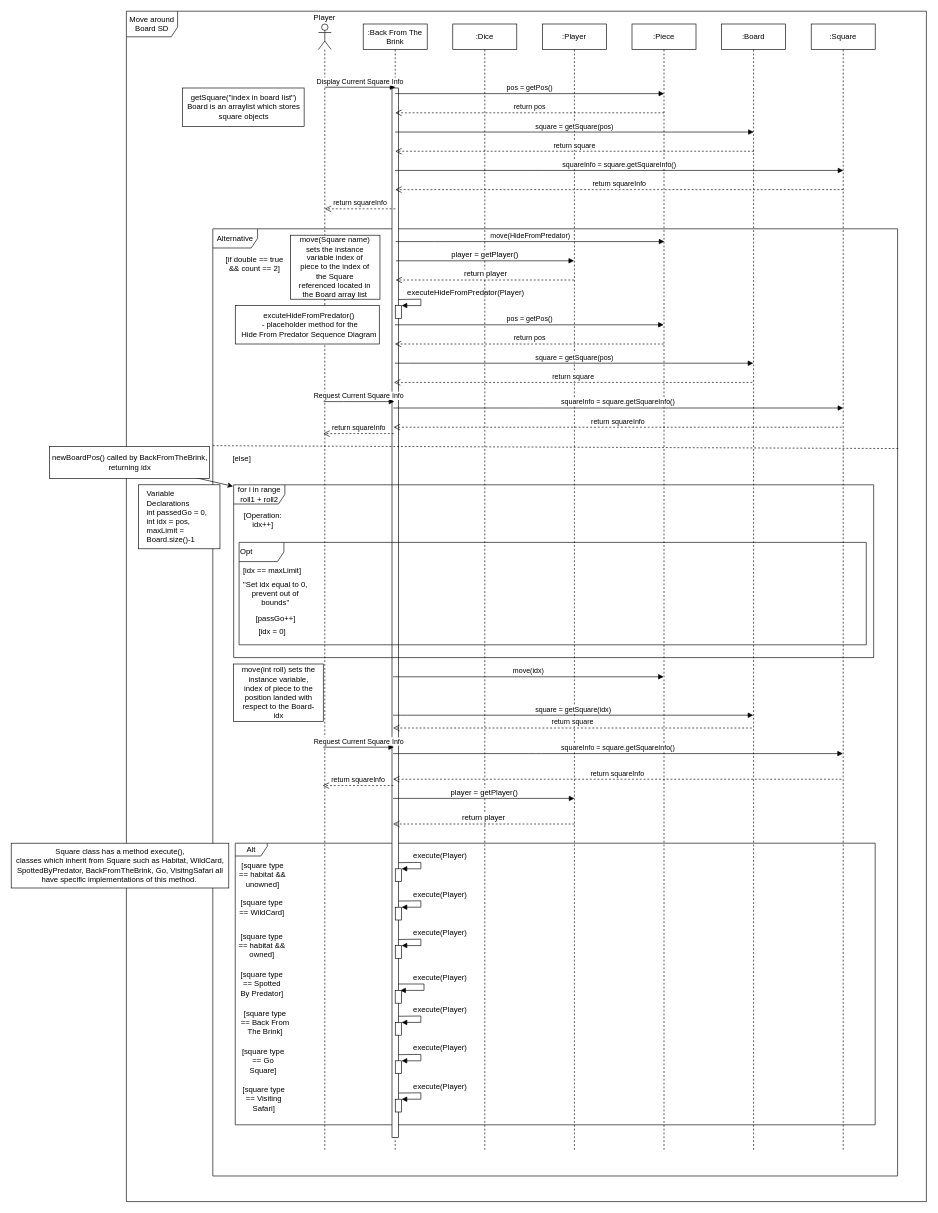
This is page "Page-1" (1 of 2) of Documentation/Sequence Diagrams/Move Around Board SD (draft).drawio from cmcgarry5/csc2058-2021-g25, a draw.io file, before an edit. Source tidied: cells renumbered, new cells numbered last; positions are measured from the earlier drawing's top-left corner, leaving out a move shared by most shapes. Both pictures are drawn from the tidied source at 64%, with x=0, y=0 at pixel (11, 11).
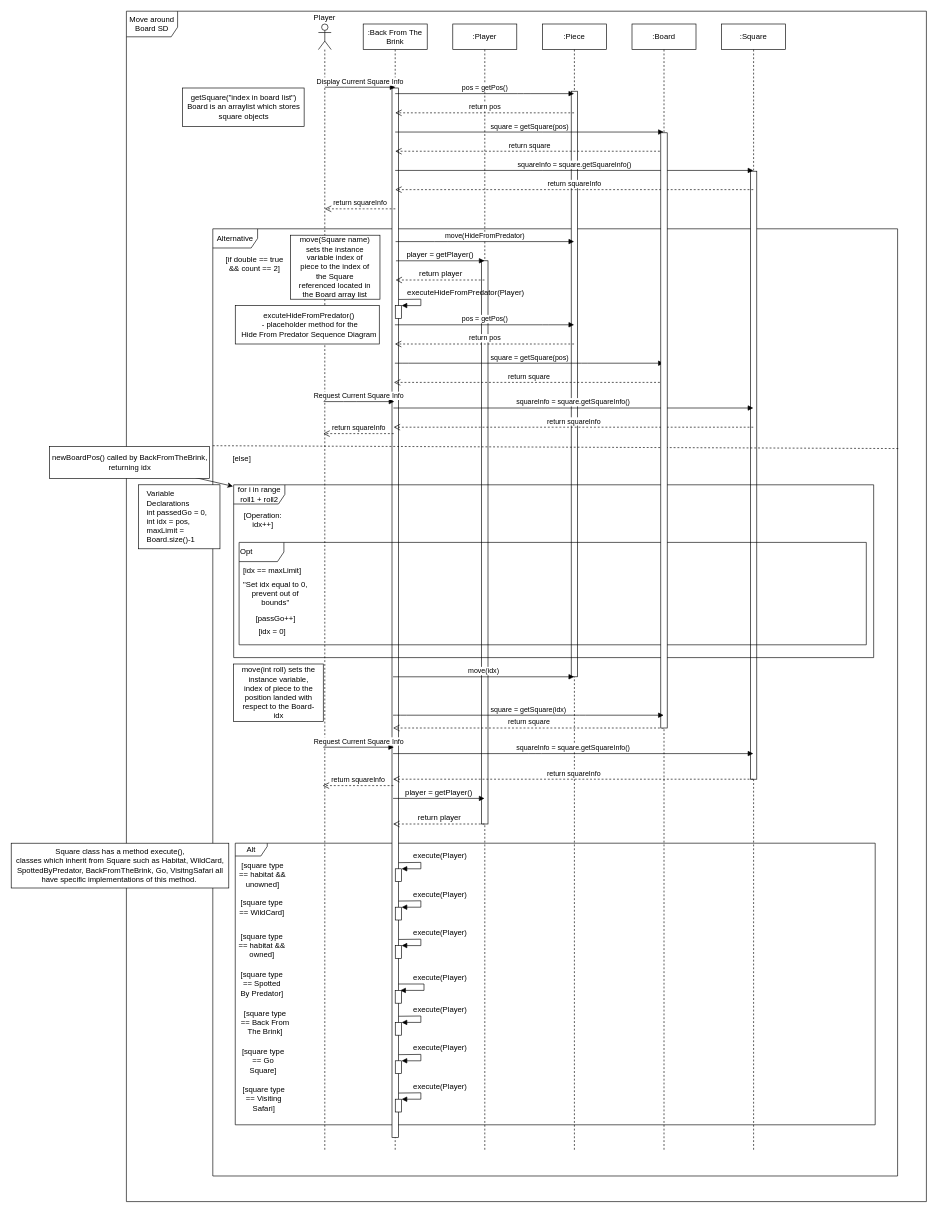
The same page after the edit.

Diff of the diagram source:
```diff
@@
-    <mxCell id="12" value=":Dice" style="shape=umlLifeline;perimeter=lifelinePerimeter;whiteSpace=wrap;html=1;" parent="1" vertex="1">
-      <mxGeometry x="690" y="20" width="100" height="1760" as="geometry" />
-    </mxCell>
     <mxCell id="13" value=":Player" style="shape=umlLifeline;perimeter=lifelinePerimeter;whiteSpace=wrap;html=1;outlineConnect=0;" parent="1" vertex="1">
-      <mxGeometry x="830" y="20" width="100" height="1760" as="geometry" />
+      <mxGeometry x="690" y="20" width="100" height="1760" as="geometry" />
     </mxCell>
+    <mxCell id="98" style="rounded=0;whiteSpace=wrap;html=1;" parent="13" vertex="1">
+      <mxGeometry x="45" y="370" width="10" height="880" as="geometry" />
+    </mxCell>
     <mxCell id="14" value=":Piece" style="shape=umlLifeline;perimeter=lifelinePerimeter;whiteSpace=wrap;html=1;outlineConnect=0;" parent="1" vertex="1">
-      <mxGeometry x="970" y="20" width="100" height="1760" as="geometry" />
+      <mxGeometry x="830" y="20" width="100" height="1760" as="geometry" />
     </mxCell>
+    <mxCell id="99" style="rounded=0;whiteSpace=wrap;html=1;" parent="14" vertex="1">
+      <mxGeometry x="45" y="105" width="10" height="915" as="geometry" />
+    </mxCell>
     <mxCell id="15" value=":Board" style="shape=umlLifeline;perimeter=lifelinePerimeter;whiteSpace=wrap;html=1;outlineConnect=0;" parent="1" vertex="1">
-      <mxGeometry x="1110" y="20" width="100" height="1760" as="geometry" />
+      <mxGeometry x="970" y="20" width="100" height="1760" as="geometry" />
     </mxCell>
     <mxCell id="16" value=":Square" style="shape=umlLifeline;perimeter=lifelinePerimeter;whiteSpace=wrap;html=1;outlineConnect=0;" parent="1" vertex="1">
-      <mxGeometry x="1250" y="20" width="100" height="1760" as="geometry" />
+      <mxGeometry x="1110" y="20" width="100" height="1760" as="geometry" />
     </mxCell>
+    <mxCell id="100" style="rounded=0;whiteSpace=wrap;html=1;" parent="16" vertex="1">
+      <mxGeometry x="45" y="230" width="10" height="950" as="geometry" />
+    </mxCell>
@@
-    <mxCell id="22" value="square = getSquare(idx)" style="html=1;verticalAlign=bottom;endArrow=block;" parent="1" edge="1">
-      <mxGeometry relative="1" as="geometry">
-        <mxPoint x="596.7" y="1100" as="sourcePoint" />
-        <mxPoint x="1159.5" y="1100" as="targetPoint" />
-        <Array as="points">
-          <mxPoint x="607.6" y="1100" />
-          <mxPoint x="887.6" y="1100" />
-        </Array>
-      </mxGeometry>
-    </mxCell>
@@
-    <mxCell id="24" value="return square" style="html=1;verticalAlign=bottom;endArrow=open;dashed=1;endSize=8;" parent="1" edge="1">
+    <mxCell id="24" value="return square" style="html=1;verticalAlign=bottom;endArrow=open;dashed=1;endSize=8;" parent="1" edge="1" source="15">
       <mxGeometry relative="1" as="geometry">
-        <mxPoint x="1157.1" y="1120" as="sourcePoint" />
         <mxPoint x="596.7" y="1120" as="targetPoint" />
         <Array as="points">
           <mxPoint x="887.6" y="1120" />
         </Array>
       </mxGeometry>
     </mxCell>
@@
-    <mxCell id="27" value="squareInfo = square.getSquareInfo()" style="html=1;verticalAlign=bottom;endArrow=block;" parent="1" edge="1">
+    <mxCell id="27" value="squareInfo = square.getSquareInfo()" style="html=1;verticalAlign=bottom;endArrow=block;" parent="1" edge="1" target="16">
       <mxGeometry relative="1" as="geometry">
         <mxPoint x="596.7" y="1160" as="sourcePoint" />
-        <mxPoint x="1299.5" y="1160" as="targetPoint" />
         <Array as="points">
           <mxPoint x="818.6" y="1160" />
         </Array>
       </mxGeometry>
     </mxCell>
-    <mxCell id="28" value="return squareInfo" style="html=1;verticalAlign=bottom;endArrow=open;dashed=1;endSize=8;" parent="1" edge="1">
+    <mxCell id="28" value="return squareInfo" style="html=1;verticalAlign=bottom;endArrow=open;dashed=1;endSize=8;" parent="1" edge="1" source="16">
       <mxGeometry relative="1" as="geometry">
-        <mxPoint x="1297.1" y="1200" as="sourcePoint" />
         <mxPoint x="596.7" y="1200" as="targetPoint" />
         <Array as="points">
           <mxPoint x="857.6" y="1200" />
         </Array>
       </mxGeometry>
     </mxCell>
@@
-    <mxCell id="30" value="player = getPlayer()" style="html=1;verticalAlign=bottom;endArrow=block;fontSize=12;" parent="1" edge="1">
+    <mxCell id="30" value="player = getPlayer()" style="html=1;verticalAlign=bottom;endArrow=block;fontSize=12;" parent="1" edge="1" target="13">
       <mxGeometry relative="1" as="geometry">
         <mxPoint x="596.7" y="1230" as="sourcePoint" />
-        <mxPoint x="880" y="1230" as="targetPoint" />
-        <Array as="points">
-          <mxPoint x="767.6" y="1230" />
-        </Array>
       </mxGeometry>
     </mxCell>
-    <mxCell id="31" value="return player" style="html=1;verticalAlign=bottom;endArrow=open;dashed=1;endSize=8;fontSize=12;" parent="1" edge="1">
+    <mxCell id="31" value="return player" style="html=1;verticalAlign=bottom;endArrow=open;dashed=1;endSize=8;fontSize=12;" parent="1" edge="1" source="13">
       <mxGeometry relative="1" as="geometry">
-        <mxPoint x="880" y="1270" as="sourcePoint" />
         <mxPoint x="596.7" y="1270" as="targetPoint" />
-        <Array as="points">
-          <mxPoint x="797.6" y="1270" />
-        </Array>
       </mxGeometry>
     </mxCell>
@@
-    <mxCell id="56" value="move(idx)" style="html=1;verticalAlign=bottom;endArrow=block;" parent="1" edge="1">
+    <mxCell id="56" value="move(idx)" style="html=1;verticalAlign=bottom;endArrow=block;" parent="1" edge="1" target="14">
       <mxGeometry relative="1" as="geometry">
         <mxPoint x="596.7" y="1040" as="sourcePoint" />
-        <mxPoint x="1019.5" y="1040" as="targetPoint" />
       </mxGeometry>
     </mxCell>
@@
-    <mxCell id="63" value="return square" style="html=1;verticalAlign=bottom;endArrow=open;dashed=1;endSize=8;" parent="1" edge="1">
+    <mxCell id="63" value="return square" style="html=1;verticalAlign=bottom;endArrow=open;dashed=1;endSize=8;" parent="1" edge="1" source="15">
       <mxGeometry relative="1" as="geometry">
-        <mxPoint x="1158" y="580" as="sourcePoint" />
         <mxPoint x="598" y="580" as="targetPoint" />
         <Array as="points">
           <mxPoint x="889" y="580" />
         </Array>
       </mxGeometry>
     </mxCell>
@@
-    <mxCell id="66" value="squareInfo = square.getSquareInfo()" style="html=1;verticalAlign=bottom;endArrow=block;" parent="1" edge="1">
+    <mxCell id="66" value="squareInfo = square.getSquareInfo()" style="html=1;verticalAlign=bottom;endArrow=block;" parent="1" edge="1" target="16">
       <mxGeometry relative="1" as="geometry">
         <mxPoint x="597.2" y="620" as="sourcePoint" />
-        <mxPoint x="1300" y="620" as="targetPoint" />
         <Array as="points">
           <mxPoint x="819.2" y="620" />
         </Array>
       </mxGeometry>
     </mxCell>
-    <mxCell id="67" value="return squareInfo" style="html=1;verticalAlign=bottom;endArrow=open;dashed=1;endSize=8;" parent="1" edge="1">
+    <mxCell id="67" value="return squareInfo" style="html=1;verticalAlign=bottom;endArrow=open;dashed=1;endSize=8;" parent="1" edge="1" source="16">
       <mxGeometry relative="1" as="geometry">
-        <mxPoint x="1297.6" y="650" as="sourcePoint" />
         <mxPoint x="597.6" y="650" as="targetPoint" />
         <Array as="points">
           <mxPoint x="858.6" y="650" />
         </Array>
       </mxGeometry>
     </mxCell>
-    <mxCell id="68" value="square = getSquare(pos)" style="html=1;verticalAlign=bottom;endArrow=block;" parent="1" edge="1">
+    <mxCell id="68" value="square = getSquare(pos)" style="html=1;verticalAlign=bottom;endArrow=block;" parent="1" edge="1" target="15">
       <mxGeometry relative="1" as="geometry">
         <mxPoint x="599.5" y="550" as="sourcePoint" />
-        <mxPoint x="1159.5" y="550" as="targetPoint" />
         <Array as="points">
           <mxPoint x="611" y="550" />
           <mxPoint x="891" y="550" />
         </Array>
       </mxGeometry>
     </mxCell>
@@
-    <mxCell id="70" value="move(HideFromPredator)" style="html=1;verticalAlign=bottom;endArrow=block;" parent="1" edge="1">
+    <mxCell id="70" value="move(HideFromPredator)" style="html=1;verticalAlign=bottom;endArrow=block;" parent="1" edge="1" target="14">
       <mxGeometry relative="1" as="geometry">
         <mxPoint x="600.6" y="360" as="sourcePoint" />
-        <mxPoint x="1020.6" y="360" as="targetPoint" />
         <Array as="points">
           <mxPoint x="671.1" y="360" />
         </Array>
       </mxGeometry>
     </mxCell>
     <mxCell id="71" value="player = getPlayer()" style="html=1;verticalAlign=bottom;endArrow=block;fontSize=12;" parent="1" edge="1" target="13">
       <mxGeometry relative="1" as="geometry">
         <mxPoint x="601.2" y="390" as="sourcePoint" />
-        <Array as="points">
-          <mxPoint x="772.1" y="390" />
-        </Array>
       </mxGeometry>
     </mxCell>
     <mxCell id="72" value="return player" style="html=1;verticalAlign=bottom;endArrow=open;dashed=1;endSize=8;fontSize=12;" parent="1" edge="1" source="13">
       <mxGeometry relative="1" as="geometry">
         <mxPoint x="600.6" y="420" as="targetPoint" />
-        <Array as="points">
-          <mxPoint x="802.1" y="420" />
-        </Array>
       </mxGeometry>
     </mxCell>
@@
-    <mxCell id="84" value="pos = getPos()" style="html=1;verticalAlign=bottom;endArrow=block;" parent="1" edge="1">
+    <mxCell id="84" value="pos = getPos()" style="html=1;verticalAlign=bottom;endArrow=block;" parent="1" edge="1" target="14">
       <mxGeometry relative="1" as="geometry">
         <mxPoint x="600" y="128.8" as="sourcePoint" />
-        <mxPoint x="1020.2" y="128.8" as="targetPoint" />
         <Array as="points">
           <mxPoint x="800.7" y="128.8" />
         </Array>
       </mxGeometry>
     </mxCell>
-    <mxCell id="85" value="return pos" style="html=1;verticalAlign=bottom;endArrow=open;dashed=1;endSize=8;" parent="1" edge="1">
+    <mxCell id="85" value="return pos" style="html=1;verticalAlign=bottom;endArrow=open;dashed=1;endSize=8;" parent="1" edge="1" source="14">
       <mxGeometry relative="1" as="geometry">
-        <mxPoint x="1020.2" y="158.8" as="sourcePoint" />
         <mxPoint x="600" y="158.8" as="targetPoint" />
         <Array as="points">
           <mxPoint x="840.7" y="158.8" />
         </Array>
       </mxGeometry>
     </mxCell>
@@
-    <mxCell id="87" value="square = getSquare(pos)" style="html=1;verticalAlign=bottom;endArrow=block;" parent="1" edge="1">
+    <mxCell id="87" value="square = getSquare(pos)" style="html=1;verticalAlign=bottom;endArrow=block;" parent="1" edge="1" target="15">
       <mxGeometry relative="1" as="geometry">
         <mxPoint x="600" y="188.8" as="sourcePoint" />
-        <mxPoint x="1160.2" y="188.8" as="targetPoint" />
         <Array as="points">
           <mxPoint x="820.7" y="188.8" />
         </Array>
       </mxGeometry>
     </mxCell>
-    <mxCell id="88" value="return square" style="html=1;verticalAlign=bottom;endArrow=open;dashed=1;endSize=8;" parent="1" edge="1">
+    <mxCell id="88" value="return square" style="html=1;verticalAlign=bottom;endArrow=open;dashed=1;endSize=8;" parent="1" edge="1" source="15">
       <mxGeometry relative="1" as="geometry">
-        <mxPoint x="1160.2" y="218.8" as="sourcePoint" />
         <mxPoint x="600" y="218.8" as="targetPoint" />
         <Array as="points">
           <mxPoint x="850.7" y="218.8" />
         </Array>
       </mxGeometry>
     </mxCell>
-    <mxCell id="89" value="squareInfo = square.getSquareInfo()" style="html=1;verticalAlign=bottom;endArrow=block;" parent="1" edge="1">
+    <mxCell id="89" value="squareInfo = square.getSquareInfo()" style="html=1;verticalAlign=bottom;endArrow=block;" parent="1" edge="1" target="16">
       <mxGeometry relative="1" as="geometry">
         <mxPoint x="600" y="248.8" as="sourcePoint" />
-        <mxPoint x="1300.2" y="248.8" as="targetPoint" />
         <Array as="points">
           <mxPoint x="820.7" y="248.8" />
         </Array>
       </mxGeometry>
     </mxCell>
-    <mxCell id="90" value="return squareInfo" style="html=1;verticalAlign=bottom;endArrow=open;dashed=1;endSize=8;" parent="1" edge="1">
+    <mxCell id="90" value="return squareInfo" style="html=1;verticalAlign=bottom;endArrow=open;dashed=1;endSize=8;" parent="1" edge="1" source="16">
       <mxGeometry relative="1" as="geometry">
-        <mxPoint x="1300.2" y="278.8" as="sourcePoint" />
         <mxPoint x="600" y="278.8" as="targetPoint" />
         <Array as="points">
           <mxPoint x="860.7" y="278.8" />
         </Array>
       </mxGeometry>
     </mxCell>
@@
+    <mxCell id="101" style="rounded=0;whiteSpace=wrap;html=1;" parent="1" vertex="1">
+      <mxGeometry x="1015" y="190" width="10" height="930" as="geometry" />
+    </mxCell>
+    <mxCell id="22" value="square = getSquare(idx)" style="html=1;verticalAlign=bottom;endArrow=block;" parent="1" edge="1" target="15">
+      <mxGeometry relative="1" as="geometry">
+        <mxPoint x="596.7" y="1100" as="sourcePoint" />
+        <Array as="points">
+          <mxPoint x="607.6" y="1100" />
+          <mxPoint x="887.6" y="1100" />
+        </Array>
+      </mxGeometry>
+    </mxCell>
```
